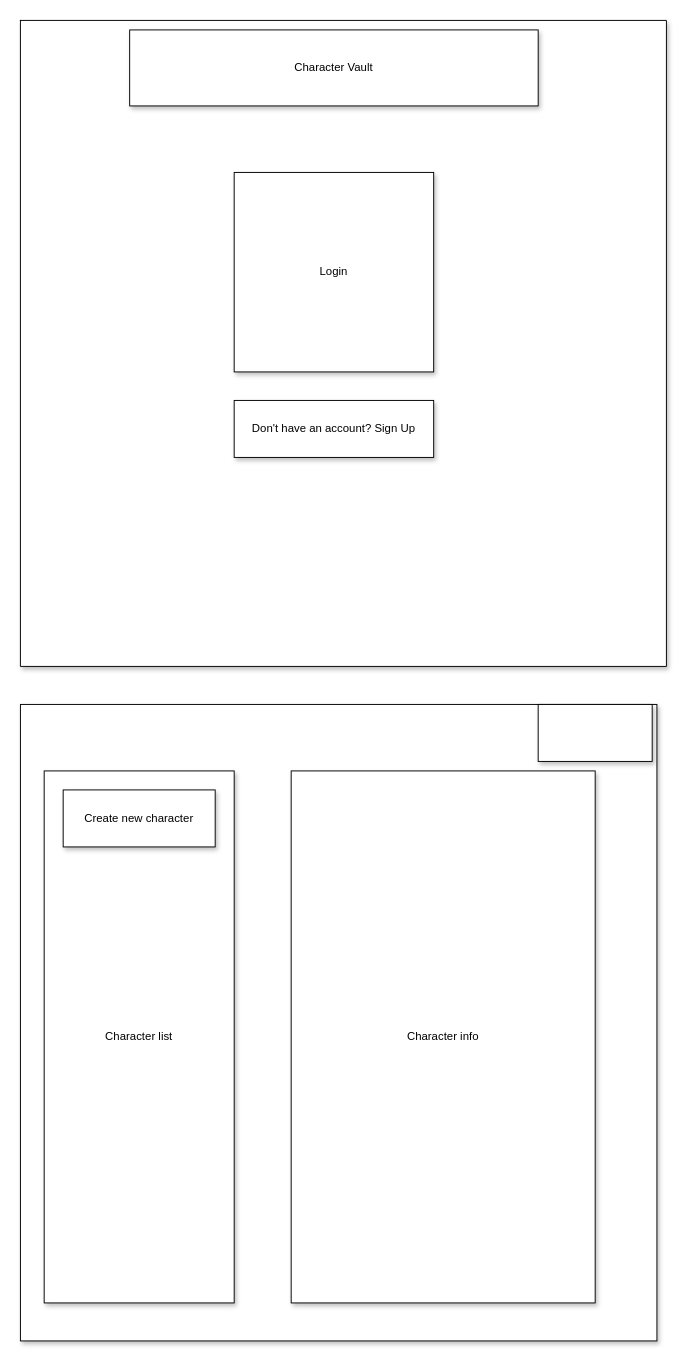
Above: plan.drawio in LastGreenseer/final_project_planning (draw.io), before the change. Source tidied: cells renumbered, new cells numbered last; positions are measured from the earlier drawing's top-left corner, leaving out a move shared by most shapes. Both pictures are drawn from the tidied source at 95%, with x=0, y=0 at pixel (20, 20).
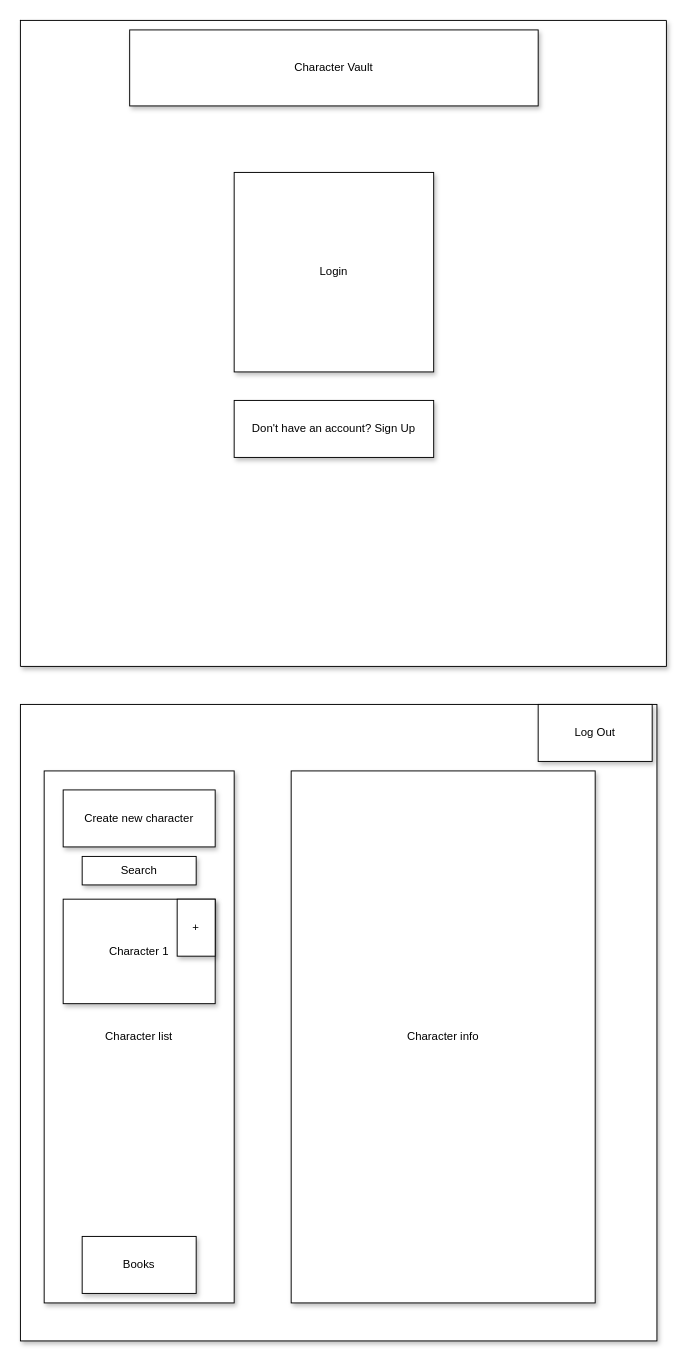
The same diagram, later.

Commit message (it also covers changes not shown here):
plan: handling how characters and books will be associated together

Diff of the diagram source:
```diff
@@
 <mxGraphModel>
   <root>
     <mxCell id="0" />
     <mxCell id="1" parent="0" />
     <mxCell id="2" style="shape=table;startSize=0;childLayout=tableLayout;shadow=1;" parent="1" vertex="1">
       <mxGeometry width="680" height="680" as="geometry" />
     </mxCell>
     <mxCell id="3" style="shape=tableRow;horizontal=0;startSize=0;swimlaneHead=0;swimlaneBody=0;top=0;left=0;bottom=0;right=0;fillColor=none;" parent="2" vertex="1">
       <mxGeometry width="680" height="680" as="geometry" />
     </mxCell>
     <mxCell id="4" style="shape=partialRectangle;html=1;whiteSpace=wrap;overflow=hidden;fillColor=none;top=0;left=0;bottom=0;right=0;" parent="3" vertex="1">
       <mxGeometry width="680" height="680" as="geometry" />
     </mxCell>
     <mxCell id="5" value="Character Vault" style="rounded=0;whiteSpace=wrap;html=1;shadow=1;" parent="1" vertex="1">
       <mxGeometry x="115" y="10" width="430" height="80" as="geometry" />
     </mxCell>
     <mxCell id="6" value="Login" style="whiteSpace=wrap;html=1;shadow=1;" parent="1" vertex="1">
       <mxGeometry x="225" y="160" width="210" height="210" as="geometry" />
     </mxCell>
     <mxCell id="7" value="Don't have an account? Sign Up" style="rounded=0;whiteSpace=wrap;html=1;shadow=1;" parent="1" vertex="1">
       <mxGeometry x="225" y="400" width="210" height="60" as="geometry" />
     </mxCell>
     <mxCell id="8" style="whiteSpace=wrap;html=1;shadow=1;" parent="1" vertex="1">
       <mxGeometry y="720" width="670" height="670" as="geometry" />
     </mxCell>
     <mxCell id="9" value="Character list" style="rounded=0;whiteSpace=wrap;html=1;shadow=1;" parent="1" vertex="1">
       <mxGeometry x="25" y="790" width="200" height="560" as="geometry" />
     </mxCell>
     <mxCell id="10" value="Create new character" style="rounded=0;whiteSpace=wrap;html=1;shadow=1;" parent="1" vertex="1">
       <mxGeometry x="45" y="810" width="160" height="60" as="geometry" />
     </mxCell>
     <mxCell id="11" value="Character info" style="rounded=0;whiteSpace=wrap;html=1;shadow=1;" parent="1" vertex="1">
       <mxGeometry x="285" y="790" width="320" height="560" as="geometry" />
     </mxCell>
-    <mxCell id="12" style="rounded=0;whiteSpace=wrap;html=1;shadow=1;" parent="1" vertex="1">
+    <mxCell id="12" value="Log Out" style="rounded=0;whiteSpace=wrap;html=1;shadow=1;" parent="1" vertex="1">
       <mxGeometry x="545" y="720" width="120" height="60" as="geometry" />
     </mxCell>
+    <mxCell id="13" value="Character 1" style="rounded=0;whiteSpace=wrap;html=1;shadow=1;" parent="1" vertex="1">
+      <mxGeometry x="45" y="925" width="160" height="110" as="geometry" />
+    </mxCell>
+    <mxCell id="14" value="+" style="rounded=0;whiteSpace=wrap;html=1;shadow=1;" parent="1" vertex="1">
+      <mxGeometry x="165" y="925" width="40" height="60" as="geometry" />
+    </mxCell>
+    <mxCell id="15" value="Books" style="rounded=0;whiteSpace=wrap;html=1;shadow=1;" parent="1" vertex="1">
+      <mxGeometry x="65" y="1280" width="120" height="60" as="geometry" />
+    </mxCell>
+    <mxCell id="16" value="Search" style="rounded=0;whiteSpace=wrap;html=1;shadow=1;" parent="1" vertex="1">
+      <mxGeometry x="65" y="880" width="120" height="30" as="geometry" />
+    </mxCell>
   </root>
 </mxGraphModel>
```
